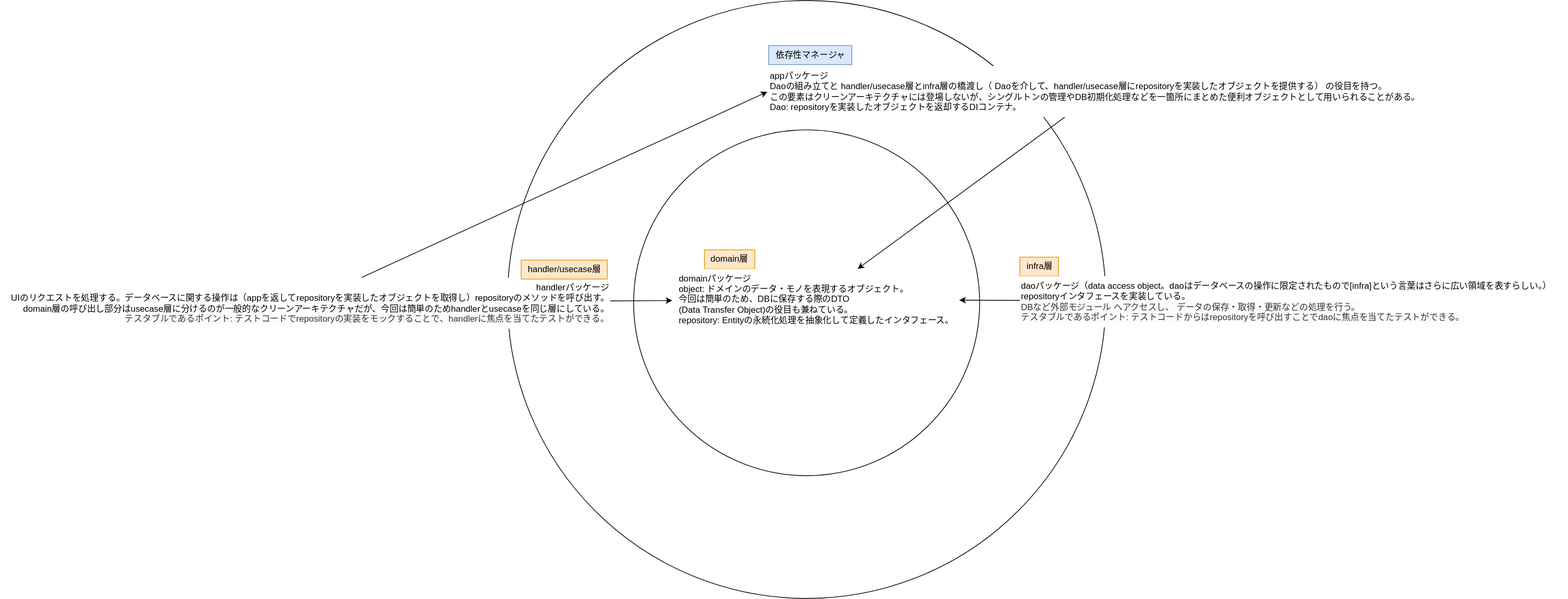
Before: drawing/architecture_new.drawio.svg, a diagram exported from draw.io (ryojiroakiyama/Go_twitter_backend). Source tidied: cells renumbered, new cells last; positions are measured from the earlier drawing's top-left corner, leaving out a move shared by most shapes.
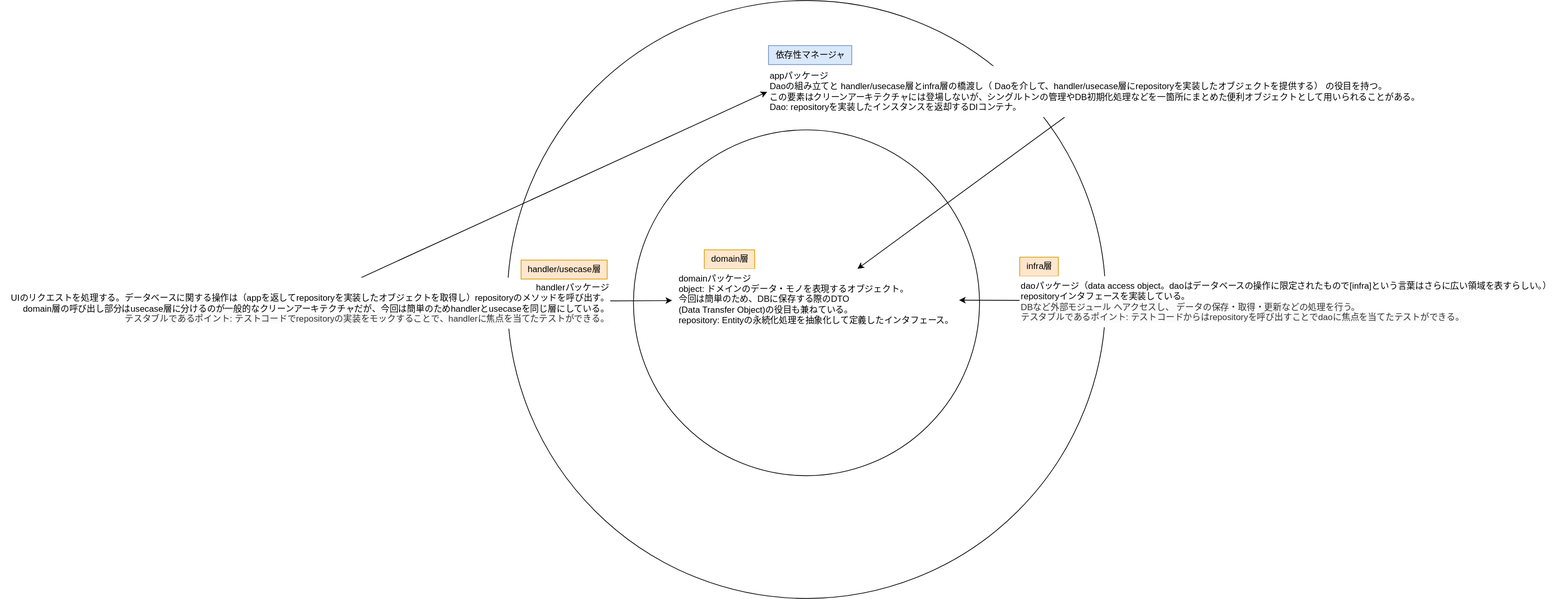
Above is the later version.

Change to the diagram source:
```diff
@@ -20,7 +20,7 @@
     <mxCell id="7" style="edgeStyle=none;html=1;fontSize=12;" parent="1" edge="1" source="8" target="5">
       <mxGeometry relative="1" as="geometry" />
     </mxCell>
-    <mxCell id="8" value="appパッケージ&lt;br&gt;Daoの組み立てと&lt;span style=&quot;background-color: initial;&quot;&gt;handler/usecase層とinfra層の橋渡し（&lt;/span&gt;Daoを介して、handler/usecase層にrepositoryを実装したオブジェクトを提供する）&lt;span style=&quot;background-color: initial;&quot;&gt;の役目を持つ。&lt;/span&gt;&lt;br&gt;&lt;div style=&quot;&quot;&gt;この要素はクリーンアーキテクチャには登場しないが、シングルトンの管理やDB初期化処理などを一箇所にまとめた便利オブジェクトとして用いられることがある。&lt;/div&gt;&lt;div style=&quot;&quot;&gt;Dao: repositoryを実装したオブジェクトを返却するDIコンテナ。&lt;br&gt;&lt;/div&gt;" style="text;html=1;align=left;verticalAlign=middle;points=[];strokeColor=none;fillColor=default;fontSize=12;" parent="1" vertex="1">
+    <mxCell id="8" value="appパッケージ&lt;br&gt;Daoの組み立てと&lt;span style=&quot;background-color: initial;&quot;&gt;handler/usecase層とinfra層の橋渡し（&lt;/span&gt;Daoを介して、handler/usecase層にrepositoryを実装したオブジェクトを提供する）&lt;span style=&quot;background-color: initial;&quot;&gt;の役目を持つ。&lt;/span&gt;&lt;br&gt;&lt;div style=&quot;&quot;&gt;この要素はクリーンアーキテクチャには登場しないが、シングルトンの管理やDB初期化処理などを一箇所にまとめた便利オブジェクトとして用いられることがある。&lt;/div&gt;&lt;div style=&quot;&quot;&gt;Dao: repositoryを実装したインスタンスを返却するDIコンテナ。&lt;/div&gt;" style="text;html=1;align=left;verticalAlign=middle;points=[];strokeColor=none;fillColor=default;fontSize=12;" parent="1" vertex="1">
       <mxGeometry x="1052" y="90" width="907" height="70" as="geometry" />
     </mxCell>
     <mxCell id="9" style="edgeStyle=none;html=1;fontSize=12;entryX=-0.002;entryY=0.506;entryDx=0;entryDy=0;entryPerimeter=0;" parent="1" edge="1" source="11" target="8">
```
